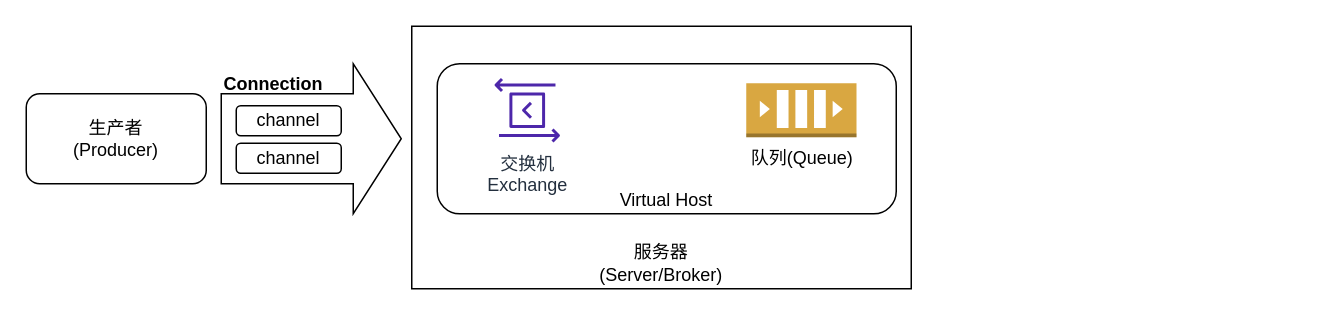
zyq025/drawio keeps this draw.io diagram as page "RabbitMQ" (2 of 2) of Untitled Diagram.drawio. Above is the earlier version. Source tidied: cells renumbered, new cells numbered last; positions are measured from the earlier drawing's top-left corner, leaving out a move shared by most shapes. Both pictures are drawn from the tidied source at 150%, with x=0, y=0 at pixel (26, 26).
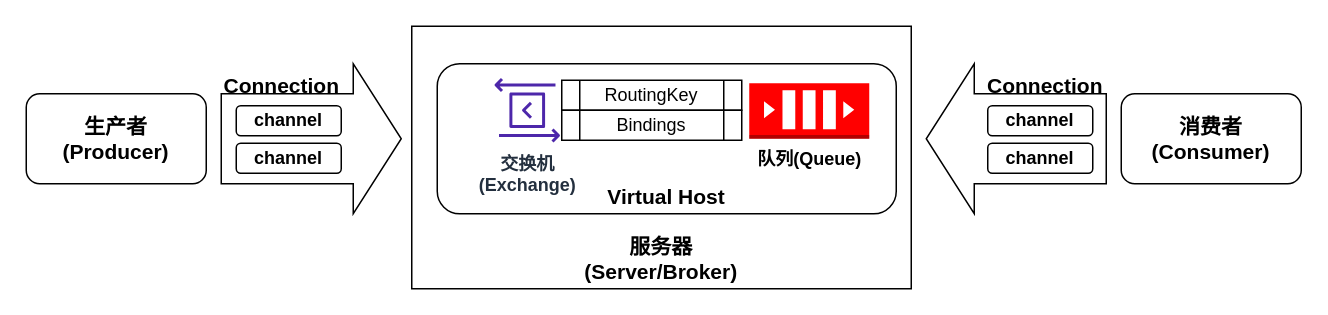
The same page after the edit.

What changed in the source:
```diff
@@
 <mxGraphModel>
   <root>
     <mxCell id="0" />
     <mxCell id="1" parent="0" />
-    <mxCell id="2" value="生产者&lt;br&gt;(Producer)" style="rounded=1;whiteSpace=wrap;html=1;" parent="1" vertex="1">
+    <mxCell id="2" value="生产者&lt;br style=&quot;font-size: 14px;&quot;&gt;(Producer)" style="rounded=1;whiteSpace=wrap;html=1;fontStyle=1;fontSize=14;" parent="1" vertex="1">
       <mxGeometry y="45" width="120" height="60" as="geometry" />
     </mxCell>
-    <mxCell id="3" value="Connection" style="shape=singleArrow;whiteSpace=wrap;html=1;arrowWidth=0.6;arrowSize=0.26666666666666666;verticalAlign=top;align=left;fontStyle=1;" parent="1" vertex="1">
+    <mxCell id="3" value="Connection" style="shape=singleArrow;whiteSpace=wrap;html=1;arrowWidth=0.6;arrowSize=0.26666666666666666;verticalAlign=top;align=left;fontStyle=1;fontSize=14;" parent="1" vertex="1">
       <mxGeometry x="130" y="25" width="120" height="100" as="geometry" />
     </mxCell>
-    <mxCell id="4" value="channel" style="rounded=1;whiteSpace=wrap;html=1;" parent="1" vertex="1">
+    <mxCell id="4" value="channel" style="rounded=1;whiteSpace=wrap;html=1;fontStyle=1;" parent="1" vertex="1">
       <mxGeometry x="140" y="53" width="70" height="20" as="geometry" />
     </mxCell>
-    <mxCell id="5" value="channel" style="rounded=1;whiteSpace=wrap;html=1;" parent="1" vertex="1">
+    <mxCell id="5" value="channel" style="rounded=1;whiteSpace=wrap;html=1;fontStyle=1;" parent="1" vertex="1">
       <mxGeometry x="140" y="78" width="70" height="20" as="geometry" />
     </mxCell>
-    <mxCell id="6" value="服务器&lt;br&gt;(Server/Broker)" style="rounded=0;whiteSpace=wrap;html=1;verticalAlign=bottom;" parent="1" vertex="1">
+    <mxCell id="6" value="服务器&lt;br style=&quot;font-size: 14px;&quot;&gt;(Server/Broker)" style="rounded=0;whiteSpace=wrap;html=1;verticalAlign=bottom;fontStyle=1;fontSize=14;" parent="1" vertex="1">
       <mxGeometry x="257" width="333" height="175" as="geometry" />
     </mxCell>
-    <mxCell id="7" value="Virtual Host" style="rounded=1;whiteSpace=wrap;html=1;verticalAlign=bottom;" parent="1" vertex="1">
+    <mxCell id="7" value="Virtual Host" style="rounded=1;whiteSpace=wrap;html=1;verticalAlign=bottom;fontStyle=1;fontSize=14;" parent="1" vertex="1">
       <mxGeometry x="274" y="25" width="306" height="100" as="geometry" />
     </mxCell>
-    <mxCell id="8" value="交换机&lt;br&gt;Exchange" style="sketch=0;fontColor=#232F3E;gradientColor=none;fillColor=#4D27AA;strokeColor=none;dashed=0;verticalLabelPosition=bottom;verticalAlign=top;align=center;html=1;fontSize=12;fontStyle=0;shape=mxgraph.aws4.data_exchange_for_apis;" parent="1" vertex="1">
+    <mxCell id="8" value="交换机&lt;br&gt;(Exchange)" style="sketch=0;fontColor=#232F3E;gradientColor=none;fillColor=#4D27AA;strokeColor=none;dashed=0;verticalLabelPosition=bottom;verticalAlign=top;align=center;html=1;fontSize=12;fontStyle=1;shape=mxgraph.aws4.data_exchange_for_apis;" parent="1" vertex="1">
       <mxGeometry x="309" y="34.5" width="50" height="43" as="geometry" />
     </mxCell>
-    <mxCell id="9" value="队列(Queue)" style="dashed=0;verticalLabelPosition=bottom;verticalAlign=top;align=center;html=1;shape=mxgraph.aws3.queue;fillColor=#D9A741;gradientColor=none;" parent="1" vertex="1">
-      <mxGeometry x="480" y="38" width="73.5" height="36" as="geometry" />
+    <mxCell id="9" value="队列(Queue)" style="dashed=0;verticalLabelPosition=bottom;verticalAlign=top;align=center;html=1;shape=mxgraph.aws3.queue;fillColor=#FF0000;gradientColor=none;fontStyle=1;" parent="1" vertex="1">
+      <mxGeometry x="482" y="38" width="80" height="37" as="geometry" />
     </mxCell>
+    <mxCell id="10" value="消费者&lt;br style=&quot;font-size: 14px;&quot;&gt;(Consumer)" style="rounded=1;whiteSpace=wrap;html=1;fontStyle=1;fontSize=14;" parent="1" vertex="1">
+      <mxGeometry x="730" y="45" width="120" height="60" as="geometry" />
+    </mxCell>
+    <mxCell id="11" value="Connection" style="shape=singleArrow;whiteSpace=wrap;html=1;arrowWidth=0.6;arrowSize=0.26666666666666666;verticalAlign=top;align=right;fontStyle=1;direction=west;fontSize=14;" parent="1" vertex="1">
+      <mxGeometry x="600" y="25" width="120" height="100" as="geometry" />
+    </mxCell>
+    <mxCell id="12" value="channel" style="rounded=1;whiteSpace=wrap;html=1;fontStyle=1;" parent="1" vertex="1">
+      <mxGeometry x="641" y="53" width="70" height="20" as="geometry" />
+    </mxCell>
+    <mxCell id="13" value="channel" style="rounded=1;whiteSpace=wrap;html=1;fontStyle=1;" parent="1" vertex="1">
+      <mxGeometry x="641" y="78" width="70" height="20" as="geometry" />
+    </mxCell>
+    <mxCell id="14" value="RoutingKey" style="shape=process;whiteSpace=wrap;html=1;backgroundOutline=1;" parent="1" vertex="1">
+      <mxGeometry x="357" y="36" width="120" height="20" as="geometry" />
+    </mxCell>
+    <mxCell id="15" value="Bindings" style="shape=process;whiteSpace=wrap;html=1;backgroundOutline=1;" parent="1" vertex="1">
+      <mxGeometry x="357" y="56" width="120" height="20" as="geometry" />
+    </mxCell>
   </root>
 </mxGraphModel>
```
